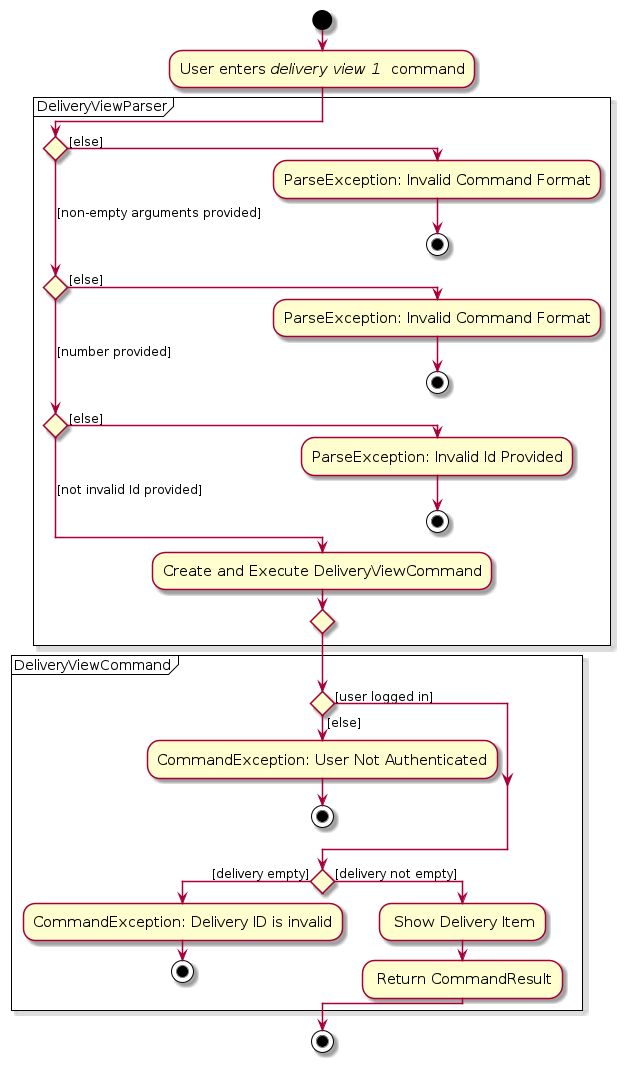
Before: diagrams/implementation/delivery/DeliveryViewActivityDiagram.png, a diagram exported from PlantUML (zhonghan721/tp). Its source is kept beside it as diagrams/implementation/delivery/DeliveryViewActivityDiagram.puml. Source of this version:
```plantuml
@startuml
skin rose
skinparam ActivityFontSize 15
skinparam ArrowFontSize 12

!pragma useVerticalIf on
start
:User enters <i>delivery view 1 </i> command;
partition DeliveryViewParser {
    if () then ([else])
        :ParseException: Invalid Command Format;
        stop
    ([non-empty arguments provided]) elseif () then ([else])
        :ParseException: Invalid Command Format;
        stop
    ([number provided]) elseif () then ([else])
        :ParseException: Invalid Id Provided;
        stop
    else ([not invalid Id provided])
        :Create and Execute DeliveryViewCommand;
        endif
}

partition DeliveryViewCommand {
    if () then ([else])
        :CommandException: User Not Authenticated;
        stop
        else ([user logged in])
    endif
    if () then ([delivery empty])
        :CommandException: Delivery ID is invalid;
        stop
    else ([delivery not empty])
        : Show Delivery Item;
        : Return CommandResult;
    endif
}

stop

@enduml
```
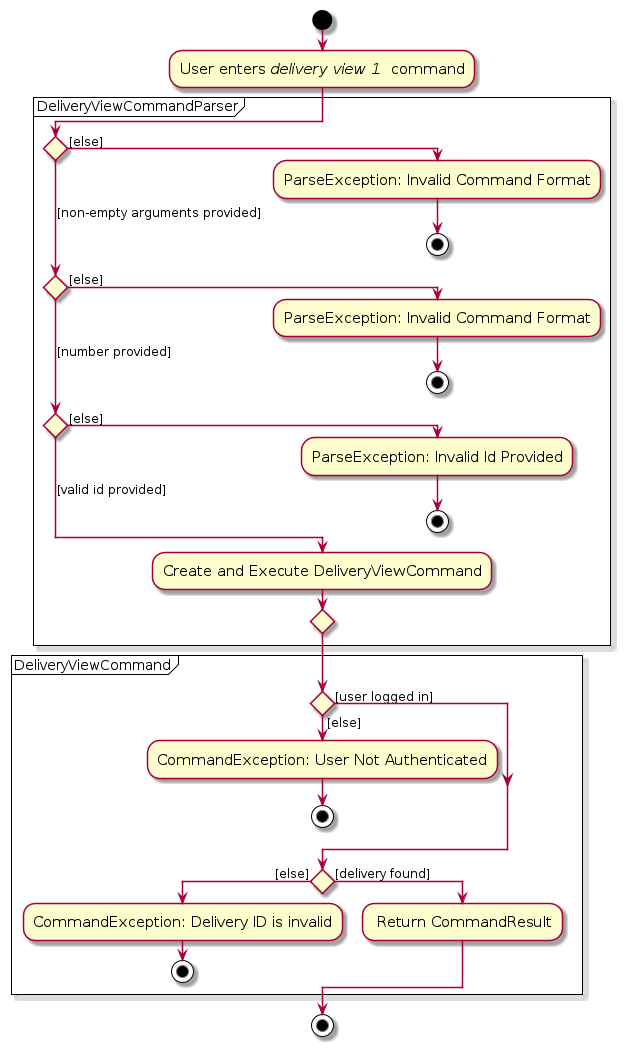
The same diagram one commit later.

Diff of the diagram source:
```diff
@@ -6,7 +6,7 @@
 !pragma useVerticalIf on
 start
 :User enters <i>delivery view 1 </i> command;
-partition DeliveryViewParser {
+partition DeliveryViewCommandParser {
     if () then ([else])
         :ParseException: Invalid Command Format;
         stop
@@ -16,7 +16,7 @@
     ([number provided]) elseif () then ([else])
         :ParseException: Invalid Id Provided;
         stop
-    else ([not invalid Id provided])
+    else ([valid id provided])
         :Create and Execute DeliveryViewCommand;
         endif
 }
@@ -27,11 +27,10 @@
         stop
         else ([user logged in])
     endif
-    if () then ([delivery empty])
+    if () then ([else])
         :CommandException: Delivery ID is invalid;
         stop
-    else ([delivery not empty])
-        : Show Delivery Item;
+    else ([delivery found])
         : Return CommandResult;
     endif
 }
```
